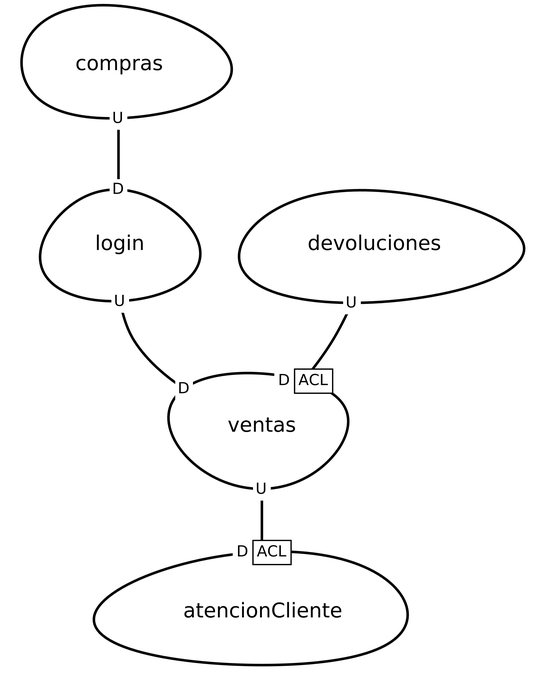
Before: src-gen/LAB02_proyectoEcomerce_ContexMapper_ContextMap.png, a diagram exported from Graphviz (Jhonat20/LAB02_proyectoEcomerce_ContexMapper). Its source is kept beside it as src-gen/LAB02_proyectoEcomerce_ContexMapper_ContextMap.gv.
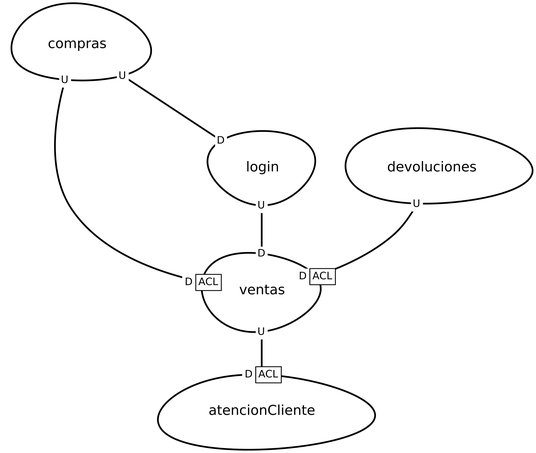
After the commit.

Commit message:
actualizacion diagrama

The edit, as a diff of the source:
```diff
@@ -1,16 +1,16 @@
 digraph "ContextMapGraph" {
 graph ["imagepath"="/tmp/GraphvizJava"]
-"atencionCliente" ["margin"="0.3","orientation"="58","shape"="egg","fontsize"="16","style"="bold","label"="atencionCliente\n","fontname"="sans-serif"]
-"compras" ["margin"="0.3","orientation"="48","shape"="egg","fontsize"="16","style"="bold","label"="compras\n","fontname"="sans-serif"]
-"login" ["margin"="0.3","orientation"="140","shape"="egg","fontsize"="16","style"="bold","label"="login\n","fontname"="sans-serif"]
-"ventas" ["margin"="0.3","orientation"="287","shape"="egg","fontsize"="16","style"="bold","label"="ventas\n","fontname"="sans-serif"]
-"devoluciones" ["margin"="0.3","orientation"="243","shape"="egg","fontsize"="16","style"="bold","label"="devoluciones\n","fontname"="sans-serif"]
-"compras" -> "login" ["headlabel"=<<table cellspacing="0" cellborder="0" border="0">
-<tr><td bgcolor="white">D</td></tr>
+"atencionCliente" ["margin"="0.3","orientation"="257","shape"="egg","fontsize"="16","style"="bold","label"="atencionCliente\n","fontname"="sans-serif"]
+"compras" ["margin"="0.3","orientation"="314","shape"="egg","fontsize"="16","style"="bold","label"="compras\n","fontname"="sans-serif"]
+"ventas" ["margin"="0.3","orientation"="223","shape"="egg","fontsize"="16","style"="bold","label"="ventas\n","fontname"="sans-serif"]
+"login" ["margin"="0.3","orientation"="132","shape"="egg","fontsize"="16","style"="bold","label"="login\n","fontname"="sans-serif"]
+"devoluciones" ["margin"="0.3","orientation"="1","shape"="egg","fontsize"="16","style"="bold","label"="devoluciones\n","fontname"="sans-serif"]
+"compras" -> "ventas" ["headlabel"=<<table cellspacing="0" cellborder="1" border="0">
+<tr><td bgcolor="white" sides="r">D</td><td sides="trbl" bgcolor="white"><font>ACL</font></td></tr>
 </table>>,"labeldistance"="0","fontsize"="12","taillabel"=<<table cellspacing="0" cellborder="0" border="0">
 <tr><td bgcolor="white">U</td></tr>
 </table>>,"style"="bold","label"="                                        ","dir"="none","fontname"="sans-serif"]
-"login" -> "ventas" ["headlabel"=<<table cellspacing="0" cellborder="0" border="0">
+"compras" -> "login" ["headlabel"=<<table cellspacing="0" cellborder="0" border="0">
 <tr><td bgcolor="white">D</td></tr>
 </table>>,"labeldistance"="0","fontsize"="12","taillabel"=<<table cellspacing="0" cellborder="0" border="0">
 <tr><td bgcolor="white">U</td></tr>
@@ -20,6 +20,11 @@
 </table>>,"labeldistance"="0","fontsize"="12","taillabel"=<<table cellspacing="0" cellborder="0" border="0">
 <tr><td bgcolor="white">U</td></tr>
 </table>>,"style"="bold","label"="                                        ","dir"="none","fontname"="sans-serif"]
+"login" -> "ventas" ["headlabel"=<<table cellspacing="0" cellborder="0" border="0">
+<tr><td bgcolor="white">D</td></tr>
+</table>>,"labeldistance"="0","fontsize"="12","taillabel"=<<table cellspacing="0" cellborder="0" border="0">
+<tr><td bgcolor="white">U</td></tr>
+</table>>,"style"="bold","label"="                                        ","dir"="none","fontname"="sans-serif"]
 "devoluciones" -> "ventas" ["headlabel"=<<table cellspacing="0" cellborder="1" border="0">
 <tr><td bgcolor="white" sides="r">D</td><td sides="trbl" bgcolor="white"><font>ACL</font></td></tr>
 </table>>,"labeldistance"="0","fontsize"="12","taillabel"=<<table cellspacing="0" cellborder="0" border="0">
```
